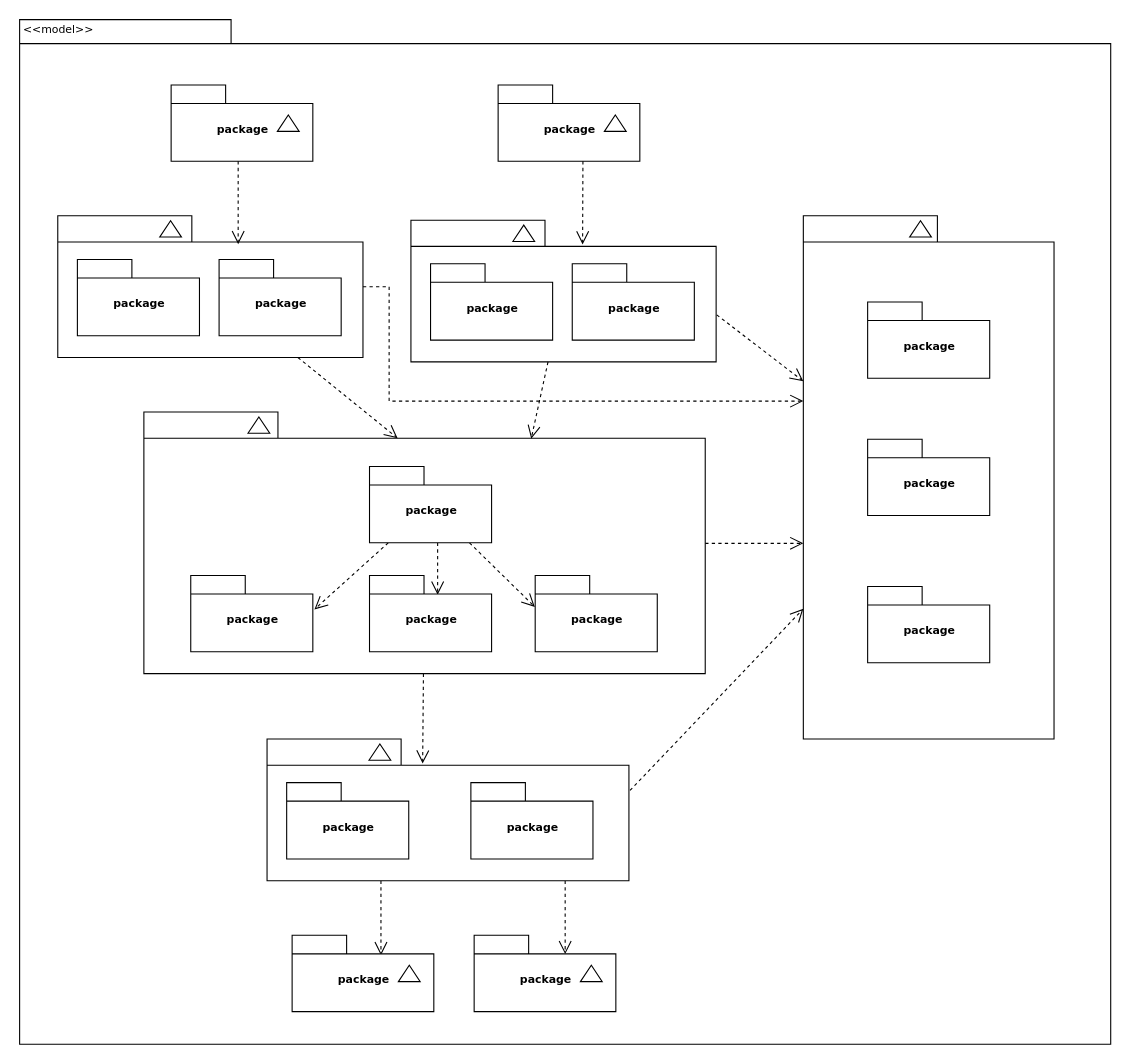
jisx/UpDown keeps this draw.io diagram as 未命名绘图.drawio. Above is the earlier version. Source tidied: cells renumbered, new cells numbered last; positions are measured from the earlier drawing's top-left corner, leaving out a move shared by most shapes. Both pictures are drawn from the tidied source at 109%, with x=0, y=0 at pixel (19, 19).
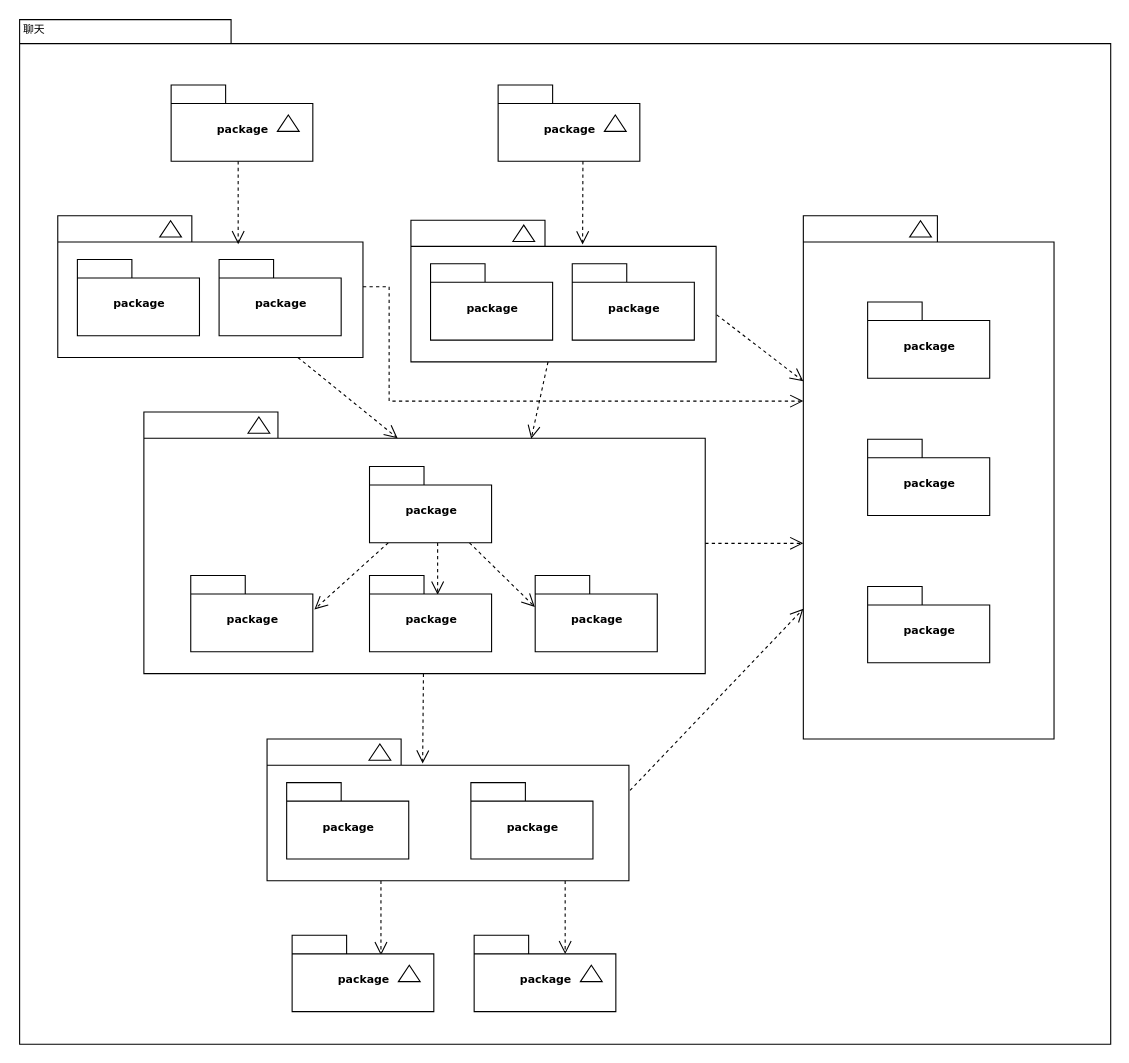
Above is the later version.

Commit message:
更新未命名绘图.drawio

Change to the diagram source:
```diff
@@
-    <mxCell id="56" value="&amp;lt;&amp;lt;model&amp;gt;&amp;gt;" style="text;html=1;align=left;verticalAlign=top;spacingTop=-4;fontSize=10;fontFamily=Verdana;" parent="1" vertex="1">
+    <mxCell id="56" value="聊天" style="text;html=1;align=left;verticalAlign=top;spacingTop=-4;fontSize=10;fontFamily=Verdana;" parent="1" vertex="1">
       <mxGeometry x="1.5" y="0.5" width="130" height="20" as="geometry" />
     </mxCell>
```
